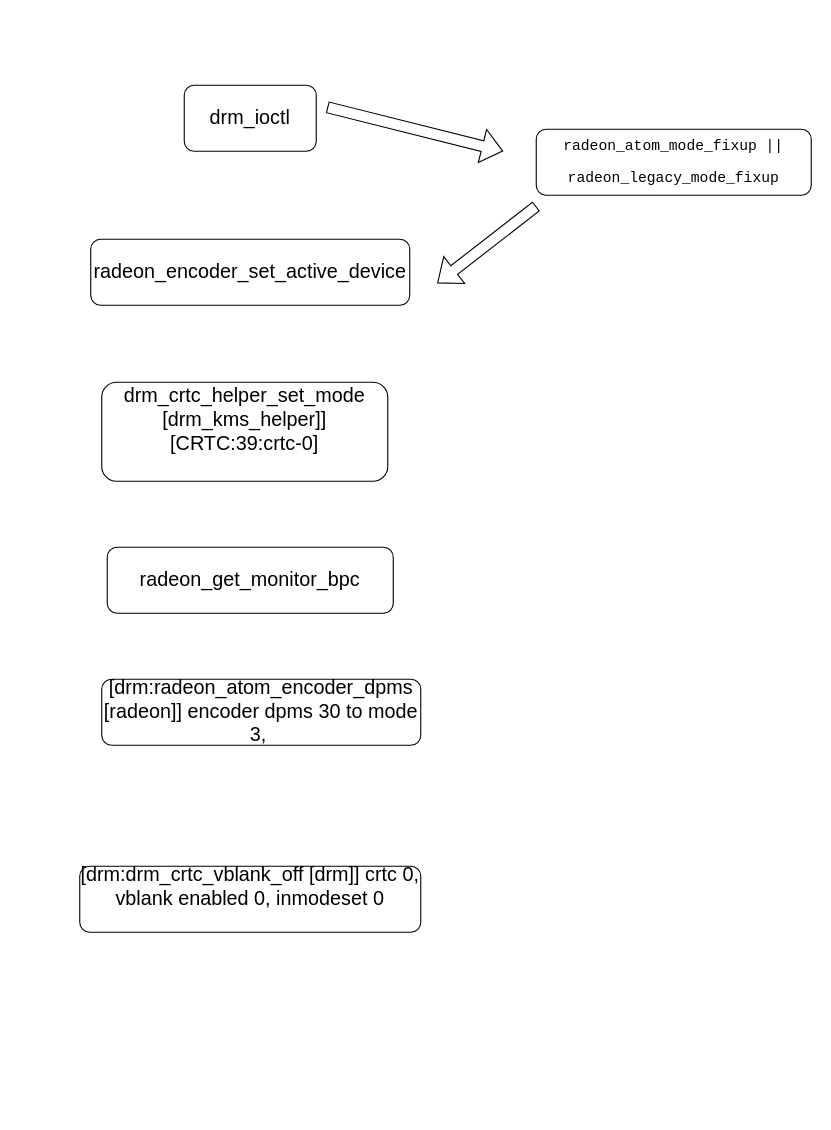
The draw.io diagram dir/Untitled Diagram.drawio in hongaoo/draw-io-files, before the edit. Source tidied: cells renumbered, new cells numbered last; positions are measured from the earlier drawing's top-left corner, leaving out a move shared by most shapes. Both pictures are drawn from the tidied source at 110%, with x=0, y=0 at pixel (79, 85).
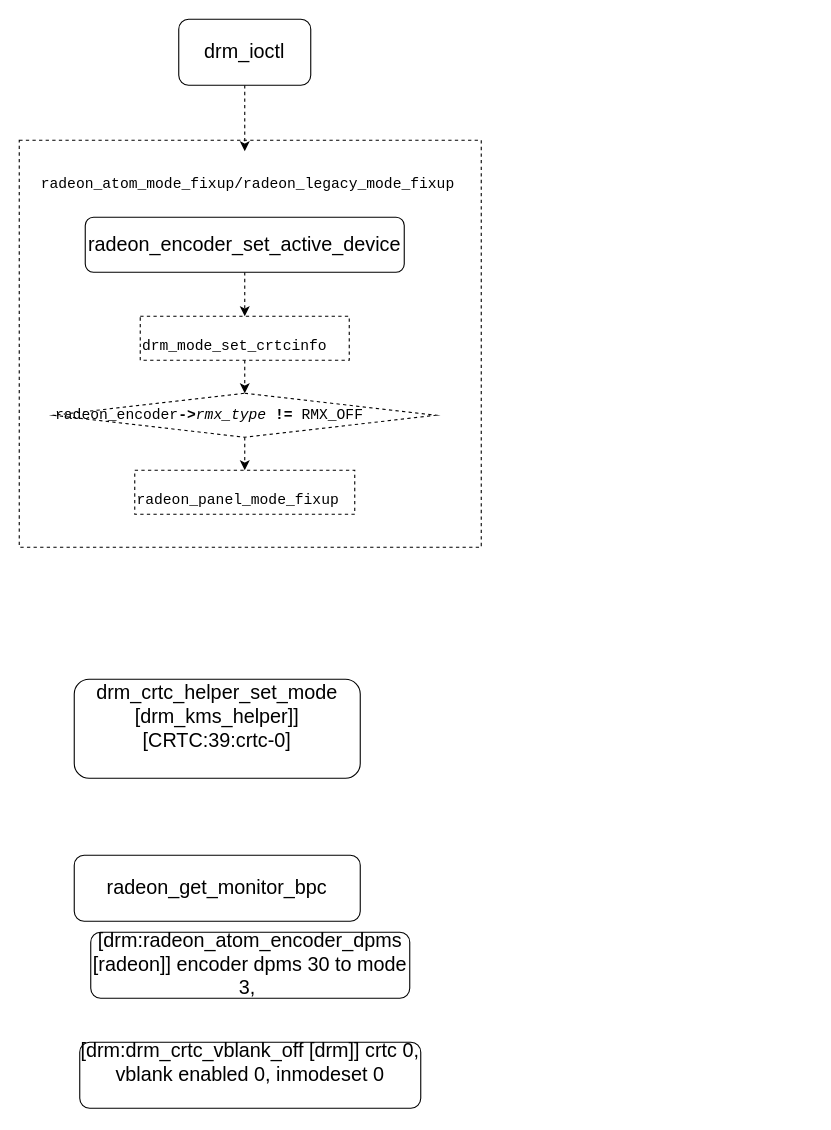
The same diagram, later.

Diff of the diagram source:
```diff
@@
 <mxGraphModel>
   <root>
     <mxCell id="0" />
     <mxCell id="1" parent="0" />
+    <mxCell id="11" style="rounded=0;whiteSpace=wrap;html=1;dashed=1;fontSize=18;fontColor=default;strokeColor=default;fillColor=#FFFFFF;align=left;" parent="1" vertex="1">
+      <mxGeometry x="-55" y="50" width="420" height="370" as="geometry" />
+    </mxCell>
+    <mxCell id="12" style="edgeStyle=orthogonalEdgeStyle;rounded=0;jettySize=auto;html=1;dashed=1;labelBackgroundColor=default;fontSize=18;fontColor=default;strokeColor=default;" parent="1" edge="1" source="2" target="14">
+      <mxGeometry relative="1" as="geometry" />
+    </mxCell>
     <mxCell id="2" value="&lt;span style=&quot;text-align: left&quot;&gt;&lt;font style=&quot;font-size: 18px&quot;&gt;drm_ioctl&lt;/font&gt;&lt;/span&gt;" style="rounded=1;whiteSpace=wrap;html=1;fontColor=default;fillColor=default;strokeColor=default;" parent="1" vertex="1">
-      <mxGeometry x="95" width="120" height="60" as="geometry" />
+      <mxGeometry x="90" y="-60" width="120" height="60" as="geometry" />
     </mxCell>
+    <mxCell id="4" value="&lt;div&gt;drm_crtc_helper_set_mode [drm_kms_helper]] [CRTC:39:crtc-0]&lt;/div&gt;&lt;div&gt;&lt;br&gt;&lt;/div&gt;" style="rounded=1;whiteSpace=wrap;html=1;fontSize=18;fontColor=default;strokeColor=default;fillColor=default;" parent="1" vertex="1">
+      <mxGeometry x="-5" y="540" width="260" height="90" as="geometry" />
+    </mxCell>
+    <mxCell id="13" style="edgeStyle=orthogonalEdgeStyle;rounded=0;jettySize=auto;html=1;dashed=1;labelBackgroundColor=default;fontSize=18;fontColor=default;strokeColor=default;" parent="1" edge="1" source="3" target="16">
+      <mxGeometry relative="1" as="geometry" />
+    </mxCell>
     <mxCell id="3" value="radeon_encoder_set_active_device" style="rounded=1;whiteSpace=wrap;html=1;fontSize=18;fontColor=default;strokeColor=default;fillColor=default;" parent="1" vertex="1">
-      <mxGeometry x="10" y="140" width="290" height="60" as="geometry" />
+      <mxGeometry x="5" y="120" width="290" height="50" as="geometry" />
     </mxCell>
-    <mxCell id="4" value="&lt;div&gt;drm_crtc_helper_set_mode [drm_kms_helper]] [CRTC:39:crtc-0]&lt;/div&gt;&lt;div&gt;&lt;br&gt;&lt;/div&gt;" style="rounded=1;whiteSpace=wrap;html=1;fontSize=18;fontColor=default;strokeColor=default;fillColor=default;" parent="1" vertex="1">
-      <mxGeometry x="20" y="270" width="260" height="90" as="geometry" />
-    </mxCell>
     <mxCell id="5" value="radeon_get_monitor_bpc" style="rounded=1;whiteSpace=wrap;html=1;fontSize=18;fontColor=default;strokeColor=default;fillColor=default;" parent="1" vertex="1">
-      <mxGeometry x="25" y="420" width="260" height="60" as="geometry" />
+      <mxGeometry x="-5" y="700" width="260" height="60" as="geometry" />
     </mxCell>
     <mxCell id="6" value="[drm:radeon_atom_encoder_dpms [radeon]] encoder dpms 30 to mode 3,&amp;nbsp;" style="rounded=1;whiteSpace=wrap;html=1;fontSize=18;fontColor=default;strokeColor=default;fillColor=default;" parent="1" vertex="1">
-      <mxGeometry x="20" y="540" width="290" height="60" as="geometry" />
+      <mxGeometry x="10" y="770" width="290" height="60" as="geometry" />
     </mxCell>
     <mxCell id="7" value="&lt;div&gt;[drm:drm_crtc_vblank_off [drm]] crtc 0, vblank enabled 0, inmodeset 0&lt;/div&gt;&lt;div&gt;&lt;br&gt;&lt;/div&gt;" style="rounded=1;whiteSpace=wrap;html=1;fontSize=18;fontColor=default;strokeColor=default;fillColor=default;" parent="1" vertex="1">
-      <mxGeometry y="710" width="310" height="60" as="geometry" />
+      <mxGeometry y="870" width="310" height="60" as="geometry" />
     </mxCell>
-    <mxCell id="8" value="&lt;p style=&quot;font-family: monospace , &amp;quot;courier&amp;quot; ; font-size: 10pt&quot;&gt;&lt;span&gt;radeon_atom_mode_fixup ||&lt;/span&gt;&lt;/p&gt;&lt;p style=&quot;font-family: monospace , &amp;quot;courier&amp;quot; ; font-size: 10pt&quot;&gt;&lt;span style=&quot;&quot;&gt;radeon_legacy_mode_fixup&lt;/span&gt;&lt;/p&gt;" style="rounded=1;whiteSpace=wrap;html=1;fontSize=18;fontColor=default;strokeColor=default;fillColor=default;" parent="1" vertex="1">
-      <mxGeometry x="415" y="40" width="250" height="60" as="geometry" />
-    </mxCell>
-    <mxCell id="9" style="shape=flexArrow;endArrow=classic;html=1;rounded=0;fontSize=18;fontColor=default;strokeColor=default;labelBackgroundColor=default;" parent="1" edge="1">
-      <mxGeometry relative="1" as="geometry">
-        <mxPoint x="225" y="20" as="sourcePoint" />
-        <mxPoint x="385" y="60" as="targetPoint" />
-      </mxGeometry>
-    </mxCell>
-    <mxCell id="10" style="shape=flexArrow;endArrow=classic;html=1;rounded=0;labelBackgroundColor=default;fontSize=18;fontColor=default;strokeColor=default;" parent="1" edge="1">
-      <mxGeometry relative="1" as="geometry">
-        <mxPoint x="415" y="110" as="sourcePoint" />
-        <mxPoint x="325" y="180" as="targetPoint" />
-      </mxGeometry>
-    </mxCell>
+    <mxCell id="14" value="&lt;p style=&quot;font-family: monospace , &amp;quot;courier&amp;quot; ; font-size: 10pt&quot;&gt;radeon_atom_mode_fixup/&lt;span style=&quot;font-size: 10pt ; text-align: center&quot;&gt;radeon_legacy_mode_fixup&lt;/span&gt;&lt;/p&gt;" style="whiteSpace=wrap;html=1;fontSize=18;fontColor=default;strokeColor=default;fillColor=none;gradientColor=none;align=left;opacity=0;" parent="1" vertex="1">
+      <mxGeometry x="-37.5" y="60" width="375" height="60" as="geometry" />
+    </mxCell>
+    <mxCell id="15" style="edgeStyle=orthogonalEdgeStyle;rounded=0;jettySize=auto;html=1;labelBackgroundColor=default;fontSize=18;fontColor=default;strokeColor=default;dashed=1;" parent="1" edge="1" source="16" target="19">
+      <mxGeometry relative="1" as="geometry" />
+    </mxCell>
+    <mxCell id="16" value="&lt;p style=&quot;font-family: monospace, courier; font-size: 10pt;&quot;&gt;&lt;span style=&quot;&quot;&gt;drm_mode_set_crtcinfo&lt;/span&gt;&lt;/p&gt;" style="text;whiteSpace=wrap;html=1;fontSize=18;fontColor=default;fillColor=#FFFFFF;strokeColor=default;dashed=1;" parent="1" vertex="1">
+      <mxGeometry x="55" y="210" width="190" height="40" as="geometry" />
+    </mxCell>
+    <mxCell id="17" value="&lt;p style=&quot;font-family: monospace, courier; font-size: 10pt;&quot;&gt;&lt;span style=&quot;&quot;&gt;radeon_panel_mode_fixup&lt;/span&gt;&lt;/p&gt;" style="text;whiteSpace=wrap;html=1;fontSize=18;fontColor=default;strokeColor=default;dashed=1;" parent="1" vertex="1">
+      <mxGeometry x="50" y="350" width="200" height="40" as="geometry" />
+    </mxCell>
+    <mxCell id="18" style="edgeStyle=orthogonalEdgeStyle;rounded=0;jettySize=auto;html=1;dashed=1;labelBackgroundColor=default;fontSize=18;fontColor=default;strokeColor=default;" parent="1" edge="1" source="19" target="17">
+      <mxGeometry relative="1" as="geometry" />
+    </mxCell>
+    <mxCell id="19" value="&lt;p style=&quot;font-family: monospace , &amp;quot;courier&amp;quot; ; font-size: 10pt&quot;&gt;&lt;span style=&quot;&quot;&gt;radeon_encoder&lt;/span&gt;&lt;span style=&quot;font-weight: bold&quot;&gt;-&amp;gt;&lt;/span&gt;&lt;span style=&quot;font-style: italic;&quot;&gt;rmx_type&lt;/span&gt; &lt;span style=&quot;font-weight: bold&quot;&gt;!=&lt;/span&gt; &lt;span style=&quot;&quot;&gt;RMX_OFF&lt;/span&gt;&lt;/p&gt;" style="rhombus;whiteSpace=wrap;html=1;fontSize=18;fontColor=default;strokeColor=default;fillColor=default;gradientColor=none;align=left;dashed=1;" parent="1" vertex="1">
+      <mxGeometry x="-23.8" y="280" width="347.5" height="40" as="geometry" />
+    </mxCell>
   </root>
 </mxGraphModel>
```
